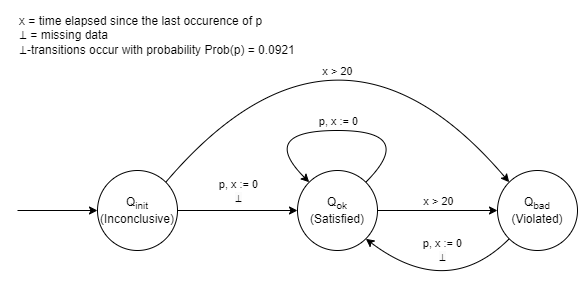
Before: shared/src/automatons/properties/timed/probabilistic/ExistenceOfPWithinTwentySecondsProbabilisticProperty.drawio.png, a diagram exported from draw.io (PaulVogel96/Probabilistic-Monitoring). Source tidied: cells renumbered, new cells last; positions are measured from the earlier drawing's top-left corner, leaving out a move shared by most shapes.
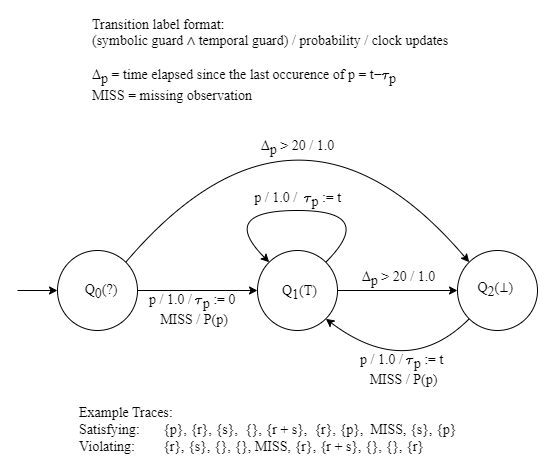
After the change.

Change to the diagram source:
```diff
@@ -1,45 +1,46 @@
-<mxGraphModel>
+<mxGraphModel math="1">
   <root>
     <mxCell id="0" />
     <mxCell id="1" parent="0" />
-    <mxCell id="2" style="ellipse;whiteSpace=wrap;html=1;" parent="1" vertex="1">
+    <mxCell id="2" style="ellipse;whiteSpace=wrap;html=1;fontSize=14;fontFamily=Latin Modern Roman;textShadow=0;spacingLeft=0;" parent="1" vertex="1">
       <mxGeometry x="80" y="190" width="80" height="80" as="geometry" />
     </mxCell>
-    <mxCell id="3" value="Q&lt;sub&gt;init&lt;/sub&gt;&lt;div&gt;(Inconclusive)&lt;/div&gt;" style="text;html=1;align=center;verticalAlign=middle;whiteSpace=wrap;rounded=0;" parent="1" vertex="1">
-      <mxGeometry x="80" y="215" width="80" height="30" as="geometry" />
+    <mxCell id="3" value="Q&lt;sub style=&quot;font-size: 14px;&quot;&gt;0&lt;/sub&gt;&lt;span style=&quot;font-size: 14px;&quot;&gt;(?)&lt;/span&gt;" style="text;html=1;align=center;verticalAlign=middle;whiteSpace=wrap;rounded=0;fontSize=14;fontFamily=Latin Modern Roman;textShadow=0;spacingLeft=0;" parent="1" vertex="1">
+      <mxGeometry x="84" y="217" width="80" height="30" as="geometry" />
     </mxCell>
-    <mxCell id="4" style="ellipse;whiteSpace=wrap;html=1;" parent="1" vertex="1">
+    <mxCell id="4" style="ellipse;whiteSpace=wrap;html=1;fontSize=14;fontFamily=Latin Modern Roman;textShadow=0;spacingLeft=0;" parent="1" vertex="1">
       <mxGeometry x="280" y="190" width="80" height="80" as="geometry" />
     </mxCell>
-    <mxCell id="5" style="ellipse;whiteSpace=wrap;html=1;" parent="1" vertex="1">
+    <mxCell id="5" style="ellipse;whiteSpace=wrap;html=1;fontSize=14;fontFamily=Latin Modern Roman;textShadow=0;spacingLeft=0;" parent="1" vertex="1">
       <mxGeometry x="480" y="190" width="80" height="80" as="geometry" />
     </mxCell>
-    <mxCell id="6" value="Q&lt;sub&gt;ok&lt;/sub&gt;&lt;br&gt;(Satisfied)" style="text;html=1;align=center;verticalAlign=middle;whiteSpace=wrap;rounded=0;" parent="1" vertex="1">
-      <mxGeometry x="280" y="215" width="80" height="30" as="geometry" />
+    <mxCell id="6" value="Q&lt;sub style=&quot;font-size: 14px;&quot;&gt;1&lt;/sub&gt;&lt;span style=&quot;font-size: 14px;&quot;&gt;(T)&lt;/span&gt;" style="text;html=1;align=center;verticalAlign=middle;whiteSpace=wrap;rounded=0;fontSize=14;fontFamily=Latin Modern Roman;textShadow=0;spacingLeft=0;" parent="1" vertex="1">
+      <mxGeometry x="285" y="218" width="75" height="30" as="geometry" />
     </mxCell>
-    <mxCell id="7" value="Q&lt;sub&gt;bad&lt;/sub&gt;&lt;div&gt;(Violated)&lt;/div&gt;" style="text;html=1;align=center;verticalAlign=middle;whiteSpace=wrap;rounded=0;" parent="1" vertex="1">
+    <mxCell id="7" value="Q&lt;sub style=&quot;font-size: 14px;&quot;&gt;2&lt;/sub&gt;&lt;span style=&quot;font-size: 14px;&quot;&gt;(&lt;/span&gt;⊥)&lt;span style=&quot;background-color: initial; font-size: 14px;&quot;&gt;&amp;nbsp;&lt;/span&gt;" style="text;html=1;align=center;verticalAlign=middle;whiteSpace=wrap;rounded=0;fontSize=14;fontFamily=Latin Modern Roman;textShadow=0;spacingLeft=0;" parent="1" vertex="1">
       <mxGeometry x="480" y="215" width="80" height="30" as="geometry" />
     </mxCell>
-    <mxCell id="8" style="endArrow=classic;html=1;rounded=0;exitX=1;exitY=0.5;exitDx=0;exitDy=0;entryX=0;entryY=0.5;entryDx=0;entryDy=0;curved=0;" parent="1" edge="1" source="2" target="4">
+    <mxCell id="8" style="endArrow=classic;html=1;rounded=0;exitX=1;exitY=0.5;exitDx=0;exitDy=0;entryX=0;entryY=0.5;entryDx=0;entryDy=0;curved=0;fontSize=14;fontFamily=Latin Modern Roman;textShadow=0;spacingLeft=0;" parent="1" edge="1" source="2" target="4">
       <mxGeometry relative="1" as="geometry" />
     </mxCell>
-    <mxCell id="9" value="&lt;div style=&quot;&quot;&gt;&lt;font style=&quot;font-size: 11px;&quot;&gt;p, x := 0&lt;/font&gt;&lt;/div&gt;&lt;div style=&quot;&quot;&gt;&lt;span style=&quot;text-wrap: wrap; background-color: rgb(251, 251, 251);&quot;&gt;&lt;font style=&quot;font-size: 11px;&quot;&gt;⊥&lt;/font&gt;&lt;/span&gt;&lt;/div&gt;" style="edgeLabel;html=1;align=center;verticalAlign=middle;" parent="8" vertex="1">
+    <mxCell id="9" value="&lt;div style=&quot;font-size: 14px;&quot;&gt;&lt;br style=&quot;font-size: 14px;&quot;&gt;&lt;/div&gt;" style="edgeLabel;html=1;align=center;verticalAlign=middle;fontSize=14;fontFamily=Latin Modern Roman;textShadow=0;spacingLeft=0;" parent="8" vertex="1">
       <mxGeometry x="-0.08" relative="1" as="geometry">
-        <mxPoint x="5" y="-20" as="offset" />
+        <mxPoint x="4" y="22" as="offset" />
       </mxGeometry>
     </mxCell>
-    <mxCell id="10" value="&lt;div&gt;&lt;br&gt;&lt;/div&gt;&lt;div&gt;&lt;br&gt;&lt;/div&gt;" style="edgeLabel;html=1;align=center;verticalAlign=middle;" parent="8" vertex="1">
+    <mxCell id="10" value="&lt;div style=&quot;font-size: 14px;&quot;&gt;&lt;br style=&quot;font-size: 14px;&quot;&gt;&lt;/div&gt;&lt;div style=&quot;font-size: 14px;&quot;&gt;&lt;br style=&quot;font-size: 14px;&quot;&gt;&lt;/div&gt;" style="edgeLabel;html=1;align=center;verticalAlign=middle;fontSize=14;fontFamily=Latin Modern Roman;textShadow=0;spacingLeft=0;" parent="8" vertex="1">
       <mxGeometry x="0.13" y="8" relative="1" as="geometry" />
     </mxCell>
-    <mxCell id="11" value="x = time elapsed since the last occurence of p&lt;div&gt;⊥ = missing data&lt;br&gt;&lt;/div&gt;&lt;div&gt;⊥-transitions occur with probability Prob(p) = 0.0921&lt;br&gt;&lt;/div&gt;" style="text;html=1;align=left;verticalAlign=middle;whiteSpace=wrap;rounded=0;" parent="1" vertex="1">
-      <mxGeometry y="30" width="300" height="50" as="geometry" />
+    <mxCell id="11" value="&lt;div&gt;&lt;div class=&quot;cm-line&quot;&gt;Transition label format:&lt;/div&gt;&lt;div class=&quot;cm-line&quot;&gt;&lt;span style=&quot;background-color: initial;&quot;&gt;(symbolic guard ∧ temporal guard) / probability / clock updates&lt;/span&gt;&lt;/div&gt;&lt;/div&gt;&lt;div class=&quot;cm-line&quot;&gt;&lt;span style=&quot;background-color: initial;&quot;&gt;&lt;br&gt;&lt;/span&gt;&lt;/div&gt;Δ&lt;sub style=&quot;font-size: 14px;&quot;&gt;p&lt;/sub&gt; = time elapsed since the last occurence of p = t−&lt;font style=&quot;font-size: 14px;&quot;&gt;\(\tau\)&lt;/font&gt;&lt;sub style=&quot;font-size: 14px;&quot;&gt;p&lt;/sub&gt;&lt;div style=&quot;font-size: 14px;&quot;&gt;&lt;span style=&quot;background-color: initial; font-size: 14px;&quot;&gt;MISS = missing observation&lt;/span&gt;&lt;/div&gt;" style="text;html=1;align=left;verticalAlign=middle;whiteSpace=wrap;rounded=0;fontSize=14;fontFamily=Latin Modern Roman;textShadow=0;spacingLeft=0;" parent="1" vertex="1">
+      <mxGeometry x="113" y="-50" width="361" height="100" as="geometry" />
     </mxCell>
-    <mxCell id="12" style="endArrow=classic;html=1;rounded=0;entryX=0;entryY=0.5;entryDx=0;entryDy=0;" parent="1" edge="1" target="3">
+    <mxCell id="12" style="endArrow=classic;html=1;rounded=0;fontSize=14;fontFamily=Latin Modern Roman;textShadow=0;spacingLeft=0;" parent="1" edge="1">
       <mxGeometry relative="1" as="geometry">
-        <mxPoint y="230" as="sourcePoint" />
+        <mxPoint x="40" y="230" as="sourcePoint" />
+        <mxPoint x="80" y="230" as="targetPoint" />
       </mxGeometry>
     </mxCell>
-    <mxCell id="13" style="curved=1;endArrow=classic;html=1;rounded=0;exitX=1;exitY=0;exitDx=0;exitDy=0;entryX=0;entryY=0;entryDx=0;entryDy=0;" parent="1" edge="1" source="4" target="4">
+    <mxCell id="13" style="curved=1;endArrow=classic;html=1;rounded=0;exitX=1;exitY=0;exitDx=0;exitDy=0;entryX=0;entryY=0;entryDx=0;entryDy=0;fontSize=14;fontFamily=Latin Modern Roman;textShadow=0;spacingLeft=0;" parent="1" edge="1" source="4" target="4">
       <mxGeometry relative="1" as="geometry">
         <Array as="points">
           <mxPoint x="400" y="150" />
@@ -47,43 +48,49 @@
         </Array>
       </mxGeometry>
     </mxCell>
-    <mxCell id="14" value="p, x := 0" style="edgeLabel;html=1;align=center;verticalAlign=middle;" parent="1" vertex="1">
-      <mxGeometry x="320" y="140" as="geometry" />
-    </mxCell>
-    <mxCell id="15" style="endArrow=classic;html=1;rounded=0;exitX=1;exitY=0;exitDx=0;exitDy=0;entryX=0;entryY=0;entryDx=0;entryDy=0;curved=1;" parent="1" edge="1" source="2" target="5">
+    <mxCell id="15" style="endArrow=classic;html=1;rounded=0;exitX=1;exitY=0;exitDx=0;exitDy=0;entryX=0;entryY=0;entryDx=0;entryDy=0;curved=1;fontSize=14;fontFamily=Latin Modern Roman;textShadow=0;spacingLeft=0;" parent="1" edge="1" source="2" target="5">
       <mxGeometry relative="1" as="geometry">
         <Array as="points">
           <mxPoint x="320" />
         </Array>
       </mxGeometry>
     </mxCell>
-    <mxCell id="16" value="x &amp;gt; 20" style="edgeLabel;html=1;align=center;verticalAlign=middle;" parent="15" vertex="1">
+    <mxCell id="16" value="Δ&lt;sub style=&quot;font-size: 14px;&quot;&gt;p&lt;/sub&gt; &amp;gt; 20 / 1.0" style="edgeLabel;html=1;align=center;verticalAlign=middle;fontSize=14;fontFamily=Latin Modern Roman;textShadow=0;spacingLeft=0;" parent="15" vertex="1">
       <mxGeometry x="-0.29" y="-65" relative="1" as="geometry">
-        <mxPoint x="1" y="-11" as="offset" />
+        <mxPoint x="1" y="-14" as="offset" />
       </mxGeometry>
     </mxCell>
-    <mxCell id="17" style="endArrow=classic;html=1;rounded=0;exitX=1;exitY=0.5;exitDx=0;exitDy=0;entryX=0;entryY=0.5;entryDx=0;entryDy=0;" parent="1" edge="1" source="6" target="7">
-      <mxGeometry relative="1" as="geometry" />
+    <mxCell id="17" style="endArrow=classic;html=1;rounded=0;entryX=0;entryY=0.5;entryDx=0;entryDy=0;fontSize=14;fontFamily=Latin Modern Roman;textShadow=0;spacingLeft=0;" parent="1" edge="1" target="7">
+      <mxGeometry relative="1" as="geometry">
+        <mxPoint x="360" y="230" as="sourcePoint" />
+      </mxGeometry>
     </mxCell>
-    <mxCell id="18" value="x &amp;gt; 20" style="edgeLabel;html=1;align=center;verticalAlign=middle;" parent="17" vertex="1">
+    <mxCell id="18" value="Δ&lt;sub style=&quot;font-size: 14px;&quot;&gt;p&lt;/sub&gt; &amp;gt; 20 / 1.0" style="edgeLabel;html=1;align=center;verticalAlign=middle;fontSize=14;fontFamily=Latin Modern Roman;textShadow=0;spacingLeft=0;" parent="17" vertex="1">
       <mxGeometry x="-0.18" y="-1" relative="1" as="geometry">
-        <mxPoint x="11" y="-11" as="offset" />
+        <mxPoint x="11" y="-13" as="offset" />
       </mxGeometry>
     </mxCell>
-    <mxCell id="19" style="endArrow=classic;html=1;rounded=0;exitX=0;exitY=1;exitDx=0;exitDy=0;entryX=1;entryY=1;entryDx=0;entryDy=0;curved=1;" parent="1" edge="1" source="5" target="4">
+    <mxCell id="19" style="endArrow=classic;html=1;rounded=0;exitX=0;exitY=1;exitDx=0;exitDy=0;entryX=1;entryY=1;entryDx=0;entryDy=0;curved=1;fontSize=14;fontFamily=Latin Modern Roman;textShadow=0;spacingLeft=0;" parent="1" edge="1" source="5" target="4">
       <mxGeometry relative="1" as="geometry">
         <Array as="points">
           <mxPoint x="430" y="320" />
         </Array>
       </mxGeometry>
     </mxCell>
-    <mxCell id="20" value="&lt;div style=&quot;&quot;&gt;&lt;font style=&quot;font-size: 11px;&quot;&gt;p, x := 0&lt;/font&gt;&lt;/div&gt;&lt;div style=&quot;&quot;&gt;&lt;span style=&quot;text-wrap: wrap; background-color: rgb(251, 251, 251);&quot;&gt;&lt;font style=&quot;font-size: 11px;&quot;&gt;⊥&lt;/font&gt;&lt;/span&gt;&lt;/div&gt;" style="edgeLabel;html=1;align=center;verticalAlign=middle;" parent="1" vertex="1">
-      <mxGeometry x="240" y="210" as="geometry">
-        <mxPoint x="184" y="59" as="offset" />
-      </mxGeometry>
-    </mxCell>
-    <mxCell id="21" value="&lt;div&gt;&lt;br&gt;&lt;/div&gt;&lt;div&gt;&lt;br&gt;&lt;/div&gt;" style="edgeLabel;html=1;align=center;verticalAlign=middle;" parent="1" vertex="1">
+    <mxCell id="21" value="&lt;div style=&quot;font-size: 14px;&quot;&gt;&lt;br style=&quot;font-size: 14px;&quot;&gt;&lt;/div&gt;&lt;div style=&quot;font-size: 14px;&quot;&gt;&lt;br style=&quot;font-size: 14px;&quot;&gt;&lt;/div&gt;" style="edgeLabel;html=1;align=center;verticalAlign=middle;fontSize=14;fontFamily=Latin Modern Roman;textShadow=0;spacingLeft=0;" parent="1" vertex="1">
       <mxGeometry x="248" y="222" as="geometry" />
     </mxCell>
+    <mxCell id="22" value="&lt;font style=&quot;font-size: 14px; text-align: left;&quot;&gt;p /&lt;/font&gt;&lt;font style=&quot;text-align: left; font-size: 14px;&quot;&gt;&amp;nbsp;1.0 /&amp;nbsp;&lt;/font&gt;&lt;font style=&quot;text-align: left;&quot;&gt;&amp;nbsp;\(\tau\)&lt;sub style=&quot;font-size: 14px;&quot;&gt;p&lt;/sub&gt;&lt;/font&gt;&lt;font style=&quot;text-align: left;&quot;&gt;&amp;nbsp;:= t&amp;nbsp;&lt;/font&gt;" style="text;html=1;align=center;verticalAlign=middle;whiteSpace=wrap;rounded=0;fontFamily=Latin Modern Roman;fontSize=14;textShadow=0;spacingLeft=0;" parent="1" vertex="1">
+      <mxGeometry x="225" y="125" width="195" height="30" as="geometry" />
+    </mxCell>
+    <mxCell id="23" value="&lt;div style=&quot;font-size: 14px; text-wrap: nowrap;&quot;&gt;p /&lt;font style=&quot;text-wrap: wrap; text-align: left; font-size: 14px;&quot;&gt;&amp;nbsp;&lt;/font&gt;1.0 /&amp;nbsp;&lt;font style=&quot;background-color: initial; text-wrap: wrap; text-align: left;&quot;&gt;\(\tau\)&lt;sub style=&quot;font-size: 14px;&quot;&gt;p&lt;/sub&gt;&lt;/font&gt;&lt;font style=&quot;background-color: initial; text-wrap: wrap; text-align: left;&quot;&gt;&amp;nbsp;&lt;/font&gt;&lt;span style=&quot;background-color: initial;&quot;&gt;:= 0&amp;nbsp;&lt;/span&gt;&lt;/div&gt;&lt;div style=&quot;font-size: 14px; text-wrap: nowrap;&quot;&gt;&lt;span style=&quot;text-wrap: wrap; font-size: 14px;&quot;&gt;MISS / P(p)&lt;/span&gt;&lt;/div&gt;" style="text;html=1;align=center;verticalAlign=middle;whiteSpace=wrap;rounded=0;textShadow=0;spacingLeft=0;fontFamily=Latin Modern Roman;fontSize=14;" parent="1" vertex="1">
+      <mxGeometry x="124" y="235" width="186" height="30" as="geometry" />
+    </mxCell>
+    <mxCell id="24" value="&lt;div style=&quot;font-size: 14px; text-wrap: nowrap;&quot;&gt;p / 1.0 /&amp;nbsp;&lt;font style=&quot;background-color: initial; text-wrap: wrap; text-align: left;&quot;&gt;\(\tau\)&lt;sub style=&quot;font-size: 14px;&quot;&gt;p&lt;/sub&gt;&lt;/font&gt;&lt;font style=&quot;background-color: initial; text-wrap: wrap; text-align: left;&quot;&gt;&amp;nbsp;&lt;/font&gt;&lt;span style=&quot;background-color: initial;&quot;&gt;:= t&amp;nbsp;&lt;/span&gt;&lt;/div&gt;&lt;div style=&quot;font-size: 14px; text-wrap: nowrap;&quot;&gt;&lt;span style=&quot;text-wrap: wrap; font-size: 14px;&quot;&gt;MISS / P(p)&lt;/span&gt;&lt;/div&gt;" style="text;html=1;align=center;verticalAlign=middle;whiteSpace=wrap;rounded=0;textShadow=0;spacingLeft=0;fontFamily=Latin Modern Roman;fontSize=14;" parent="1" vertex="1">
+      <mxGeometry x="330" y="290" width="193" height="40" as="geometry" />
+    </mxCell>
+    <mxCell id="25" value="&lt;font style=&quot;font-size: 14px;&quot;&gt;Example Traces:&lt;/font&gt;&lt;div style=&quot;font-size: 14px;&quot;&gt;&lt;font style=&quot;font-size: 14px;&quot;&gt;Satisfying:&amp;nbsp;&lt;span style=&quot;white-space: pre; font-size: 14px;&quot;&gt;&#9;&lt;/span&gt;{p},&amp;nbsp;&lt;/font&gt;&lt;span style=&quot;font-size: 14px; background-color: initial;&quot;&gt;{r},&amp;nbsp;&lt;/span&gt;&lt;span style=&quot;font-size: 14px; background-color: initial;&quot;&gt;{s},&amp;nbsp;&amp;nbsp;&lt;/span&gt;&lt;span style=&quot;font-size: 14px; background-color: initial;&quot;&gt;{},&amp;nbsp;&lt;/span&gt;&lt;span style=&quot;font-size: 14px; background-color: initial;&quot;&gt;{r + s},&amp;nbsp;&amp;nbsp;&lt;/span&gt;&lt;span style=&quot;font-size: 14px; background-color: initial;&quot;&gt;{r},&amp;nbsp;&lt;/span&gt;&lt;span style=&quot;font-size: 14px; background-color: initial;&quot;&gt;{p},&lt;/span&gt;&lt;span style=&quot;background-color: initial; font-size: 14px;&quot;&gt;&amp;nbsp; MISS, {s}, {p}&lt;/span&gt;&lt;/div&gt;&lt;div style=&quot;font-size: 14px;&quot;&gt;&lt;span style=&quot;background-color: initial; font-size: 14px;&quot;&gt;Violating:&amp;nbsp;&lt;span style=&quot;white-space: pre; font-size: 14px;&quot;&gt;&#9;&lt;/span&gt;{r}, {s}, {}, {}, MISS, {r}, {r + s}, {}, {}, {r}&lt;/span&gt;&lt;/div&gt;" style="text;html=1;align=left;verticalAlign=middle;whiteSpace=wrap;rounded=0;fontSize=14;fontFamily=Latin Modern Roman;" parent="1" vertex="1">
+      <mxGeometry x="100" y="340" width="387" height="60" as="geometry" />
+    </mxCell>
   </root>
 </mxGraphModel>
```
